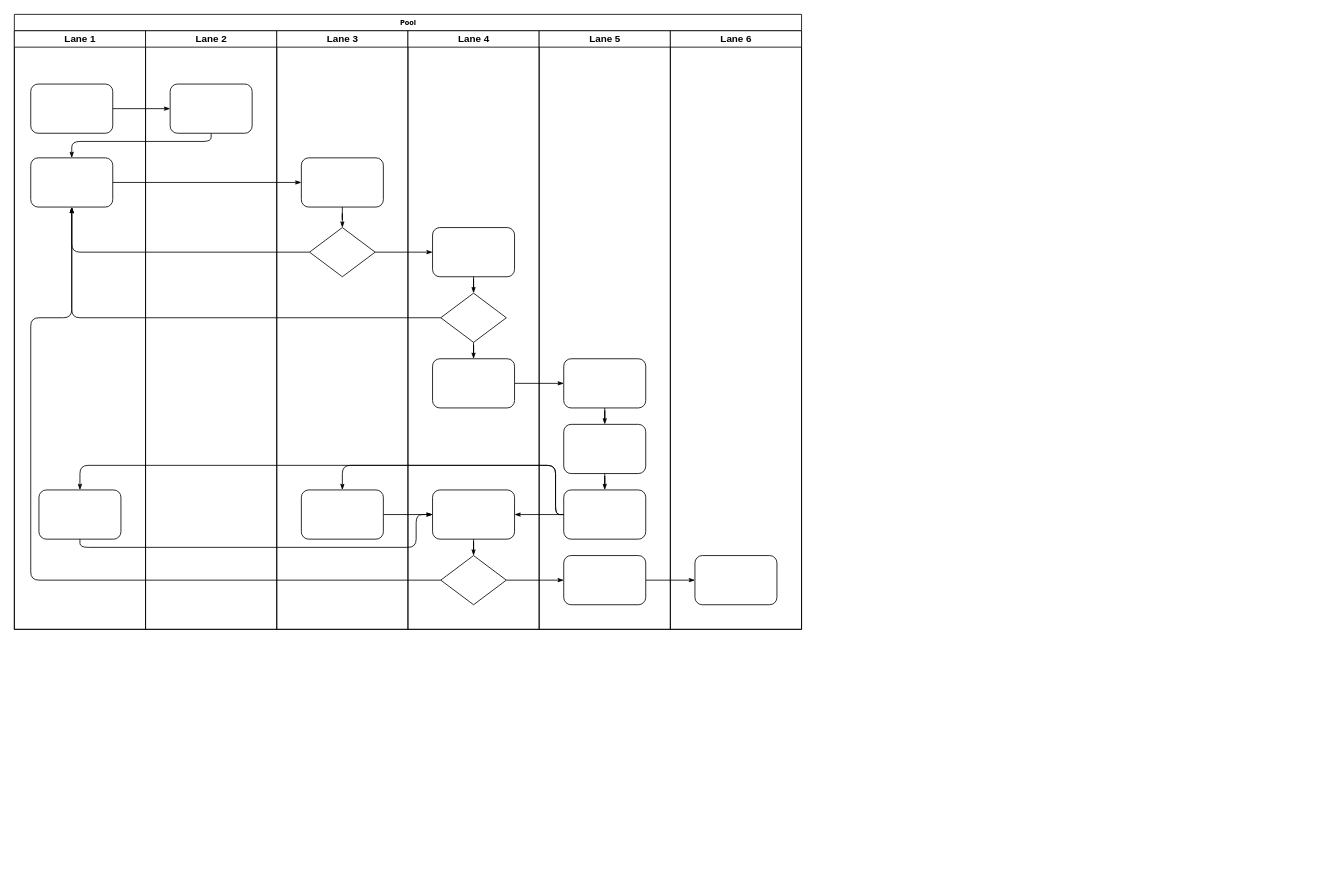
This is vertical.drawio from cnx-yunshen/xmlFile, a draw.io file, before an edit. Source tidied: cells renumbered, new cells numbered last; positions are measured from the earlier drawing's top-left corner, leaving out a move shared by most shapes. Both pictures are drawn from the tidied source at 82%, with x=0, y=0 at pixel (14, 14).
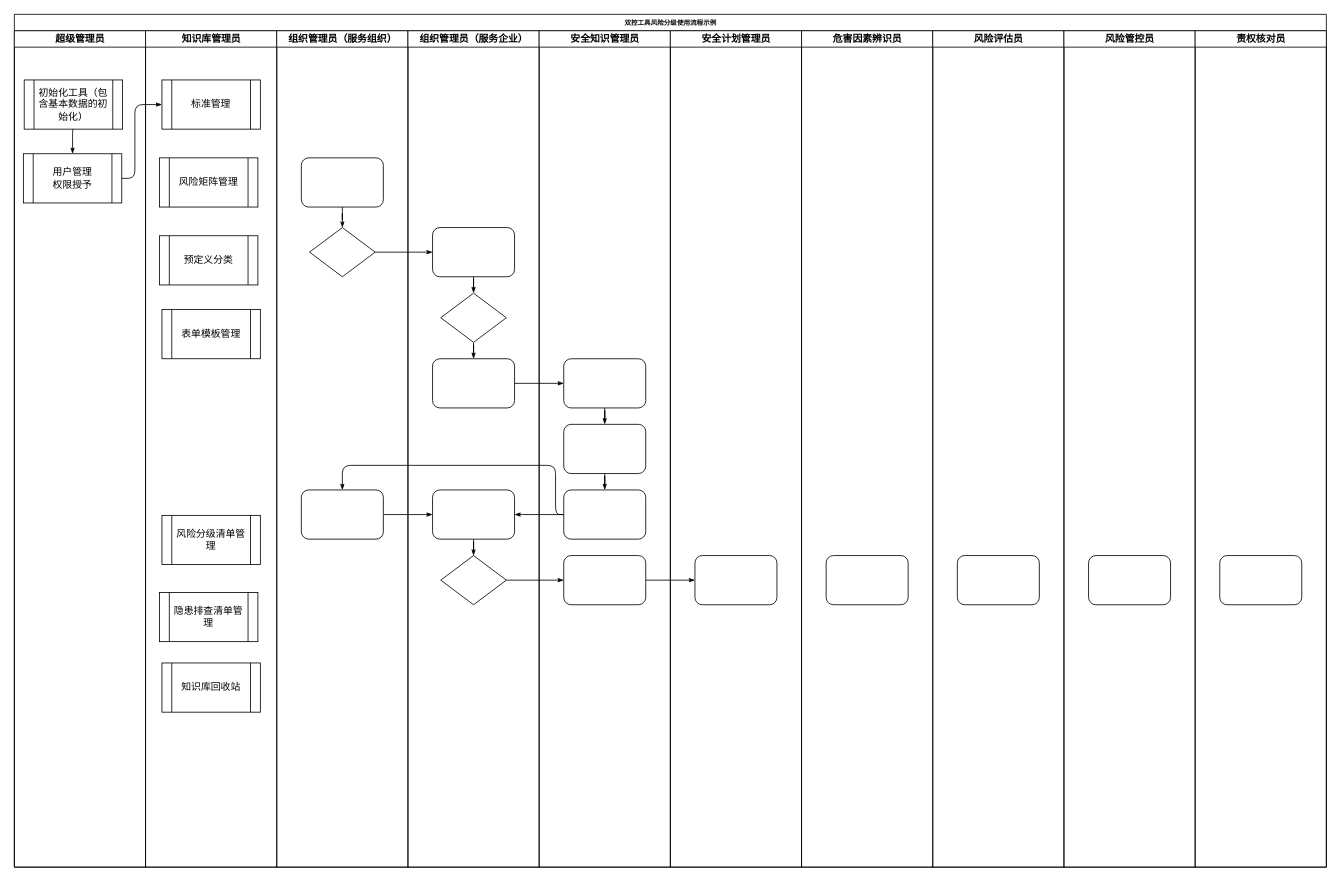
The same diagram, later.

Unchanged cells that the change refers to:
```xml
<mxCell id="25" style="rounded=1;whiteSpace=wrap;html=1;shadow=0;labelBackgroundColor=none;strokeWidth=1;fontFamily=Verdana;fontSize=8;align=center;" parent="24" vertex="1">
  <mxGeometry x="30" y="155" width="100" height="60" as="geometry" />
</mxCell>
<mxCell id="26" style="rhombus;whiteSpace=wrap;html=1;rounded=0;shadow=0;labelBackgroundColor=none;strokeWidth=1;fontFamily=Verdana;fontSize=8;align=center;" parent="24" vertex="1">
  <mxGeometry x="40" y="240" width="80" height="60" as="geometry" />
</mxCell>
<mxCell id="31" style="rhombus;whiteSpace=wrap;html=1;rounded=0;shadow=0;labelBackgroundColor=none;strokeWidth=1;fontFamily=Verdana;fontSize=8;align=center;" parent="29" vertex="1">
  <mxGeometry x="40" y="320" width="80" height="60" as="geometry" />
</mxCell>
<mxCell id="33" style="rounded=1;whiteSpace=wrap;html=1;shadow=0;labelBackgroundColor=none;strokeWidth=1;fontFamily=Verdana;fontSize=8;align=center;" parent="29" vertex="1">
  <mxGeometry x="30" y="560" width="100" height="60" as="geometry" />
</mxCell>
<mxCell id="34" style="rhombus;whiteSpace=wrap;html=1;rounded=0;shadow=0;labelBackgroundColor=none;strokeWidth=1;fontFamily=Verdana;fontSize=8;align=center;" parent="29" vertex="1">
  <mxGeometry x="40" y="640" width="80" height="60" as="geometry" />
</mxCell>
<mxCell id="41" style="rounded=1;whiteSpace=wrap;html=1;shadow=0;labelBackgroundColor=none;strokeWidth=1;fontFamily=Verdana;fontSize=8;align=center;" parent="38" vertex="1">
  <mxGeometry x="30" y="560" width="100" height="60" as="geometry" />
</mxCell>
```

Diff of the diagram source:
```diff
@@
-    <mxCell id="2" value="Pool" style="swimlane;html=1;startSize=20;rounded=0;shadow=0;labelBackgroundColor=none;strokeWidth=1;fontFamily=Verdana;fontSize=8;align=center;" parent="1" vertex="1">
-      <mxGeometry width="960" height="750" as="geometry" />
+    <mxCell id="2" value="双控工具风险分级使用流程示例" style="swimlane;html=1;startSize=20;rounded=0;shadow=0;labelBackgroundColor=none;strokeWidth=1;fontFamily=Verdana;fontSize=8;align=center;" parent="1" vertex="1">
+      <mxGeometry width="1600" height="1040" as="geometry" />
     </mxCell>
-    <mxCell id="3" value="Lane 1" style="swimlane;html=1;startSize=20;" parent="2" vertex="1">
-      <mxGeometry y="20" width="160" height="730" as="geometry" />
+    <mxCell id="3" value="超级管理员" style="swimlane;html=1;startSize=20;" parent="2" vertex="1">
+      <mxGeometry y="20" width="160" height="1020" as="geometry" />
     </mxCell>
-    <mxCell id="4" style="rounded=1;whiteSpace=wrap;html=1;shadow=0;labelBackgroundColor=none;strokeWidth=1;fontFamily=Verdana;fontSize=8;align=center;" parent="3" vertex="1">
-      <mxGeometry x="20" y="65" width="100" height="60" as="geometry" />
-    </mxCell>
-    <mxCell id="5" style="rounded=1;whiteSpace=wrap;html=1;shadow=0;labelBackgroundColor=none;strokeWidth=1;fontFamily=Verdana;fontSize=8;align=center;" parent="3" vertex="1">
-      <mxGeometry x="20" y="155" width="100" height="60" as="geometry" />
-    </mxCell>
-    <mxCell id="6" style="rounded=1;whiteSpace=wrap;html=1;shadow=0;labelBackgroundColor=none;strokeWidth=1;fontFamily=Verdana;fontSize=8;align=center;" parent="3" vertex="1">
-      <mxGeometry x="30" y="560" width="100" height="60" as="geometry" />
-    </mxCell>
-    <mxCell id="7" style="edgeStyle=orthogonalEdgeStyle;rounded=1;html=1;labelBackgroundColor=none;startArrow=none;startFill=0;startSize=5;endArrow=classicThin;endFill=1;endSize=5;jettySize=auto;strokeWidth=1;fontFamily=Verdana;fontSize=8;" parent="2" edge="1" source="4" target="23">
-      <mxGeometry relative="1" as="geometry" />
-    </mxCell>
-    <mxCell id="8" style="edgeStyle=orthogonalEdgeStyle;rounded=1;html=1;labelBackgroundColor=none;startArrow=none;startFill=0;startSize=5;endArrow=classicThin;endFill=1;endSize=5;jettySize=auto;strokeWidth=1;fontFamily=Verdana;fontSize=8;" parent="2" edge="1" source="23" target="5">
-      <mxGeometry relative="1" as="geometry">
-        <Array as="points">
-          <mxPoint x="240" y="155" />
-          <mxPoint x="70" y="155" />
-        </Array>
-      </mxGeometry>
-    </mxCell>
+    <mxCell id="47" value="初始化工具（包含基本数据的初始化）" style="shape=process;whiteSpace=wrap;html=1;backgroundOutline=1;" parent="3" vertex="1">
+      <mxGeometry x="12" y="60" width="120" height="60" as="geometry" />
+    </mxCell>
-    <mxCell id="9" style="edgeStyle=orthogonalEdgeStyle;rounded=1;html=1;labelBackgroundColor=none;startArrow=none;startFill=0;startSize=5;endArrow=classicThin;endFill=1;endSize=5;jettySize=auto;strokeWidth=1;fontFamily=Verdana;fontSize=8;" parent="2" edge="1" source="5" target="25">
+    <mxCell id="9" style="edgeStyle=orthogonalEdgeStyle;rounded=1;html=1;labelBackgroundColor=none;startArrow=none;startFill=0;startSize=5;endArrow=classicThin;endFill=1;endSize=5;jettySize=auto;strokeWidth=1;fontFamily=Verdana;fontSize=8;exitX=0.5;exitY=1;exitDx=0;exitDy=0;entryX=0.5;entryY=0;entryDx=0;entryDy=0;" parent="3" edge="1" source="47" target="48">
       <mxGeometry relative="1" as="geometry" />
     </mxCell>
+    <mxCell id="48" value="&lt;div&gt;用户管理&lt;/div&gt;&lt;div&gt;权限授予&lt;/div&gt;" style="shape=process;whiteSpace=wrap;html=1;backgroundOutline=1;" parent="3" vertex="1">
+      <mxGeometry x="11" y="150" width="120" height="60" as="geometry" />
+    </mxCell>
-    <mxCell id="10" style="edgeStyle=orthogonalEdgeStyle;rounded=1;html=1;labelBackgroundColor=none;startArrow=none;startFill=0;startSize=5;endArrow=classicThin;endFill=1;endSize=5;jettySize=auto;strokeWidth=1;fontFamily=Verdana;fontSize=8;" parent="2" edge="1" source="26" target="5">
-      <mxGeometry relative="1" as="geometry" />
+    <mxCell id="10" style="edgeStyle=orthogonalEdgeStyle;rounded=1;html=1;labelBackgroundColor=none;startArrow=none;startFill=0;startSize=5;endArrow=classicThin;endFill=1;endSize=5;jettySize=auto;strokeWidth=1;fontFamily=Verdana;fontSize=8;exitX=1;exitY=0.5;exitDx=0;exitDy=0;entryX=0;entryY=0.5;entryDx=0;entryDy=0;" parent="2" edge="1" source="48" target="53">
+      <mxGeometry relative="1" as="geometry">
+        <Array as="points">
+          <mxPoint x="147" y="200" />
+          <mxPoint x="147" y="110" />
+        </Array>
+      </mxGeometry>
     </mxCell>
-    <mxCell id="11" style="edgeStyle=orthogonalEdgeStyle;rounded=1;html=1;labelBackgroundColor=none;startArrow=none;startFill=0;startSize=5;endArrow=classicThin;endFill=1;endSize=5;jettySize=auto;strokeWidth=1;fontFamily=Verdana;fontSize=8;" parent="2" edge="1" source="31" target="5">
-      <mxGeometry relative="1" as="geometry" />
-    </mxCell>
-    <mxCell id="12" style="edgeStyle=orthogonalEdgeStyle;rounded=1;html=1;labelBackgroundColor=none;startArrow=none;startFill=0;startSize=5;endArrow=classicThin;endFill=1;endSize=5;jettySize=auto;strokeWidth=1;fontFamily=Verdana;fontSize=8;" parent="2" edge="1" source="34" target="5">
-      <mxGeometry relative="1" as="geometry">
-        <Array as="points">
-          <mxPoint x="20" y="690" />
-          <mxPoint x="20" y="370" />
-          <mxPoint x="70" y="370" />
-        </Array>
-      </mxGeometry>
-    </mxCell>
@@
-    <mxCell id="19" style="edgeStyle=orthogonalEdgeStyle;rounded=1;html=1;labelBackgroundColor=none;startArrow=none;startFill=0;startSize=5;endArrow=classicThin;endFill=1;endSize=5;jettySize=auto;strokeWidth=1;fontFamily=Verdana;fontSize=8;" parent="2" edge="1" source="41" target="6">
-      <mxGeometry relative="1" as="geometry">
-        <Array as="points">
-          <mxPoint x="660" y="610" />
-          <mxPoint x="660" y="550" />
-          <mxPoint x="80" y="550" />
-        </Array>
-      </mxGeometry>
-    </mxCell>
-    <mxCell id="20" style="edgeStyle=orthogonalEdgeStyle;rounded=1;html=1;labelBackgroundColor=none;startArrow=none;startFill=0;startSize=5;endArrow=classicThin;endFill=1;endSize=5;jettySize=auto;strokeWidth=1;fontFamily=Verdana;fontSize=8;" parent="2" edge="1" source="6" target="33">
-      <mxGeometry relative="1" as="geometry">
-        <Array as="points">
-          <mxPoint x="80" y="650" />
-          <mxPoint x="490" y="650" />
-          <mxPoint x="490" y="610" />
-        </Array>
-      </mxGeometry>
-    </mxCell>
@@
-    <mxCell id="22" value="Lane 2" style="swimlane;html=1;startSize=20;" parent="2" vertex="1">
-      <mxGeometry x="160" y="20" width="160" height="730" as="geometry" />
+    <mxCell id="22" value="知识库管理员" style="swimlane;html=1;startSize=20;" parent="2" vertex="1">
+      <mxGeometry x="160" y="20" width="160" height="1020" as="geometry" />
     </mxCell>
-    <mxCell id="23" style="rounded=1;whiteSpace=wrap;html=1;shadow=0;labelBackgroundColor=none;strokeWidth=1;fontFamily=Verdana;fontSize=8;align=center;" parent="22" vertex="1">
-      <mxGeometry x="30" y="65" width="100" height="60" as="geometry" />
-    </mxCell>
+    <mxCell id="49" value="风险矩阵管理" style="shape=process;whiteSpace=wrap;html=1;backgroundOutline=1;" parent="22" vertex="1">
+      <mxGeometry x="17" y="155" width="120" height="60" as="geometry" />
+    </mxCell>
+    <mxCell id="50" value="预定义分类" style="shape=process;whiteSpace=wrap;html=1;backgroundOutline=1;" parent="22" vertex="1">
+      <mxGeometry x="17" y="250" width="120" height="60" as="geometry" />
+    </mxCell>
+    <mxCell id="51" value="表单模板管理" style="shape=process;whiteSpace=wrap;html=1;backgroundOutline=1;" parent="22" vertex="1">
+      <mxGeometry x="20" y="340" width="120" height="60" as="geometry" />
+    </mxCell>
+    <mxCell id="52" value="风险分级清单管理" style="shape=process;whiteSpace=wrap;html=1;backgroundOutline=1;" parent="22" vertex="1">
+      <mxGeometry x="20" y="591" width="120" height="60" as="geometry" />
+    </mxCell>
+    <mxCell id="53" value="标准管理" style="shape=process;whiteSpace=wrap;html=1;backgroundOutline=1;" parent="22" vertex="1">
+      <mxGeometry x="20" y="60" width="120" height="60" as="geometry" />
+    </mxCell>
+    <mxCell id="54" value="知识库回收站" style="shape=process;whiteSpace=wrap;html=1;backgroundOutline=1;" parent="22" vertex="1">
+      <mxGeometry x="20" y="771" width="120" height="60" as="geometry" />
+    </mxCell>
+    <mxCell id="55" value="隐患排查清单管理" style="shape=process;whiteSpace=wrap;html=1;backgroundOutline=1;" parent="22" vertex="1">
+      <mxGeometry x="17" y="685" width="120" height="60" as="geometry" />
+    </mxCell>
-    <mxCell id="24" value="Lane 3" style="swimlane;html=1;startSize=20;" parent="2" vertex="1">
-      <mxGeometry x="320" y="20" width="160" height="730" as="geometry" />
+    <mxCell id="24" value="组织管理员（服务组织）" style="swimlane;html=1;startSize=20;" parent="2" vertex="1">
+      <mxGeometry x="320" y="20" width="160" height="1020" as="geometry" />
     </mxCell>
@@
-    <mxCell id="29" value="Lane 4" style="swimlane;html=1;startSize=20;" parent="2" vertex="1">
-      <mxGeometry x="480" y="20" width="160" height="730" as="geometry" />
+    <mxCell id="29" value="组织管理员（服务企业）" style="swimlane;html=1;startSize=20;" parent="2" vertex="1">
+      <mxGeometry x="480" y="20" width="160" height="1020" as="geometry" />
     </mxCell>
@@
-    <mxCell id="38" value="Lane 5" style="swimlane;html=1;startSize=20;" parent="2" vertex="1">
-      <mxGeometry x="640" y="20" width="160" height="730" as="geometry" />
+    <mxCell id="38" value="安全知识管理员" style="swimlane;html=1;startSize=20;" parent="2" vertex="1">
+      <mxGeometry x="640" y="20" width="160" height="1020" as="geometry" />
     </mxCell>
@@
-    <mxCell id="45" value="Lane 6" style="swimlane;html=1;startSize=20;" parent="2" vertex="1">
-      <mxGeometry x="800" y="20" width="160" height="730" as="geometry" />
+    <mxCell id="45" value="安全计划管理员" style="swimlane;html=1;startSize=20;" parent="2" vertex="1">
+      <mxGeometry x="800" y="20" width="160" height="1020" as="geometry" />
     </mxCell>
@@
+    <mxCell id="56" value="危害因素辨识员" style="swimlane;html=1;startSize=20;" parent="2" vertex="1">
+      <mxGeometry x="960" y="20" width="160" height="1020" as="geometry" />
+    </mxCell>
+    <mxCell id="57" style="rounded=1;whiteSpace=wrap;html=1;shadow=0;labelBackgroundColor=none;strokeWidth=1;fontFamily=Verdana;fontSize=8;align=center;" parent="56" vertex="1">
+      <mxGeometry x="30" y="640" width="100" height="60" as="geometry" />
+    </mxCell>
+    <mxCell id="58" value="风险评估员" style="swimlane;html=1;startSize=20;" parent="2" vertex="1">
+      <mxGeometry x="1120" y="20" width="160" height="1020" as="geometry" />
+    </mxCell>
+    <mxCell id="59" style="rounded=1;whiteSpace=wrap;html=1;shadow=0;labelBackgroundColor=none;strokeWidth=1;fontFamily=Verdana;fontSize=8;align=center;" parent="58" vertex="1">
+      <mxGeometry x="30" y="640" width="100" height="60" as="geometry" />
+    </mxCell>
+    <mxCell id="60" value="风险管控员" style="swimlane;html=1;startSize=20;" parent="2" vertex="1">
+      <mxGeometry x="1280" y="20" width="160" height="1020" as="geometry" />
+    </mxCell>
+    <mxCell id="61" style="rounded=1;whiteSpace=wrap;html=1;shadow=0;labelBackgroundColor=none;strokeWidth=1;fontFamily=Verdana;fontSize=8;align=center;" parent="60" vertex="1">
+      <mxGeometry x="30" y="640" width="100" height="60" as="geometry" />
+    </mxCell>
+    <mxCell id="62" value="责权核对员" style="swimlane;html=1;startSize=20;" parent="2" vertex="1">
+      <mxGeometry x="1440" y="20" width="160" height="1020" as="geometry" />
+    </mxCell>
+    <mxCell id="63" style="rounded=1;whiteSpace=wrap;html=1;shadow=0;labelBackgroundColor=none;strokeWidth=1;fontFamily=Verdana;fontSize=8;align=center;" parent="62" vertex="1">
+      <mxGeometry x="30" y="640" width="100" height="60" as="geometry" />
+    </mxCell>
```
